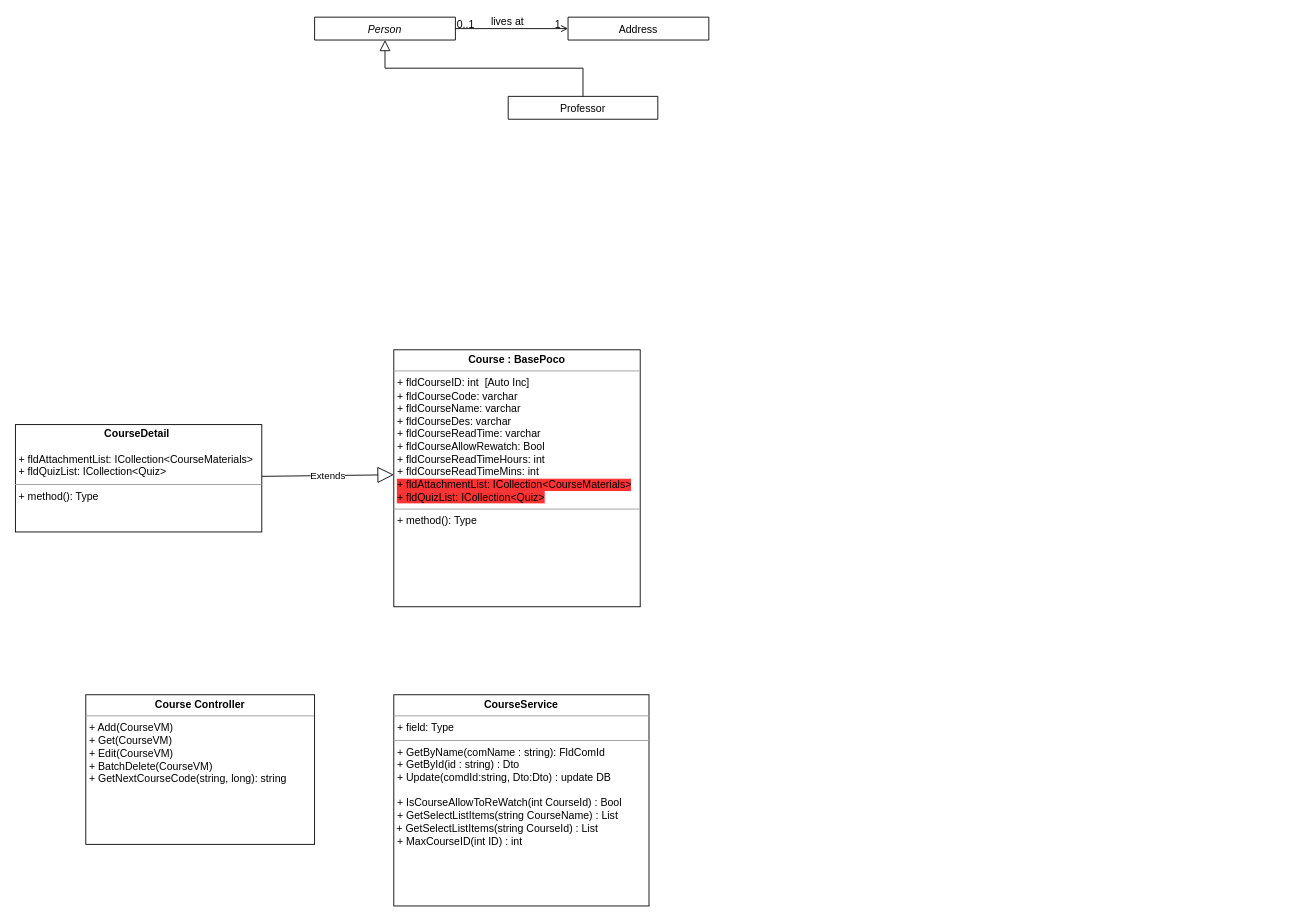
Above: Untitled Diagram.drawio in TechCatJim/TechCatJim (draw.io), before the change. Source tidied: cells renumbered, new cells numbered last; positions are measured from the earlier drawing's top-left corner, leaving out a move shared by most shapes. Both pictures are drawn from the tidied source at 88%, with x=0, y=0 at pixel (15, 17).
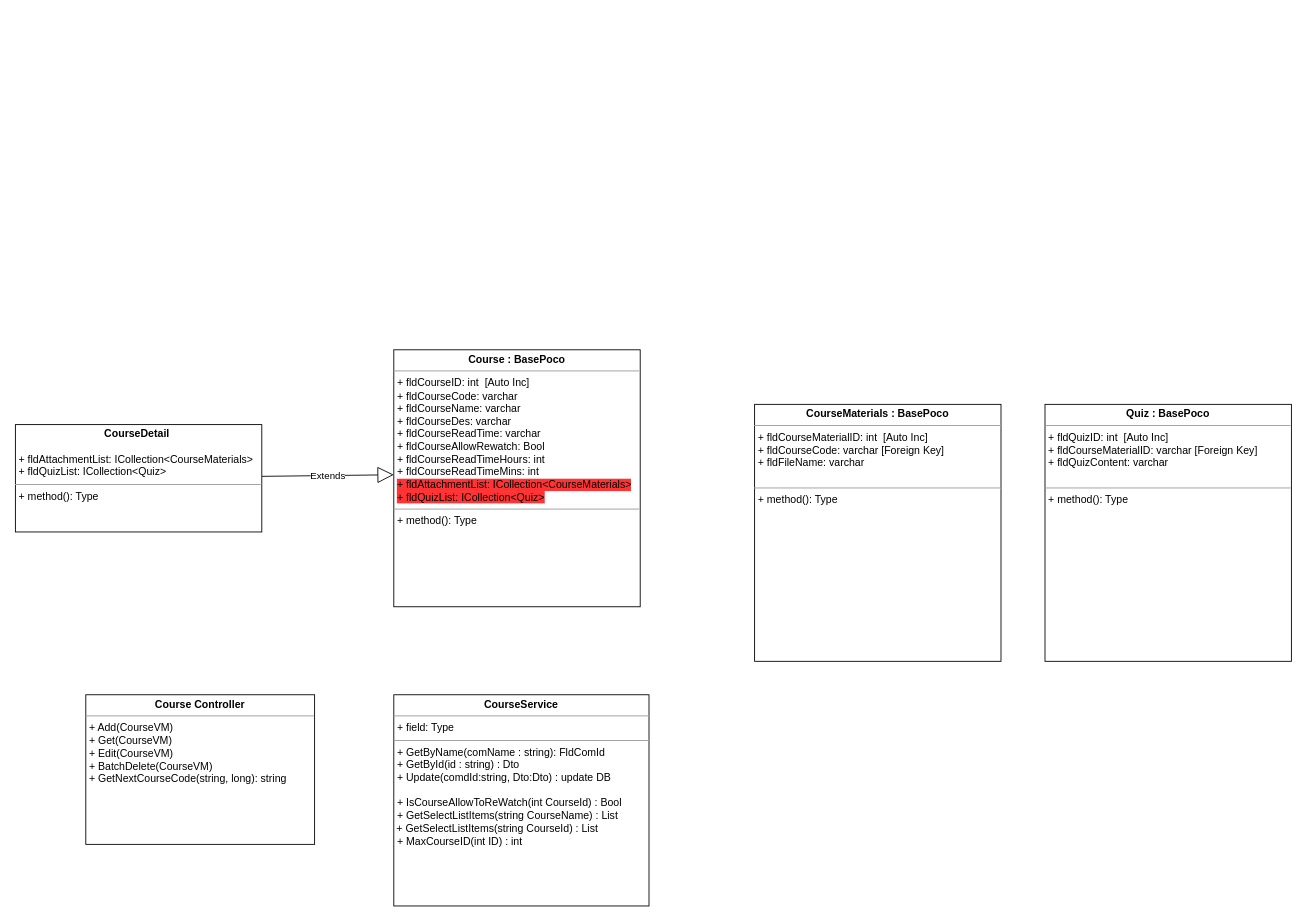
After the change.

Diff of the diagram source:
```diff
@@
 <mxGraphModel>
   <root>
     <mxCell id="0" />
     <mxCell id="1" parent="0" />
-    <mxCell id="2" value="Person" style="swimlane;fontStyle=2;align=center;verticalAlign=top;horizontal=1;startSize=26;rounded=0;shadow=0;strokeWidth=1;" parent="1" vertex="1" collapsed="1">
-      <mxGeometry x="340" width="160" height="26" as="geometry" />
-    </mxCell>
-    <mxCell id="3" value="Professor" style="swimlane;fontStyle=0;align=center;verticalAlign=top;horizontal=1;startSize=26;rounded=0;shadow=0;strokeWidth=1;" parent="1" vertex="1" collapsed="1">
-      <mxGeometry x="560" y="90" width="170" height="26" as="geometry" />
-    </mxCell>
-    <mxCell id="4" style="endArrow=block;endSize=10;endFill=0;shadow=0;strokeWidth=1;rounded=0;edgeStyle=elbowEdgeStyle;elbow=vertical;" parent="1" edge="1" source="3" target="2">
-      <mxGeometry relative="1" as="geometry" />
-    </mxCell>
-    <mxCell id="5" value="Address" style="swimlane;fontStyle=0;align=center;verticalAlign=top;horizontal=1;startSize=26;rounded=0;shadow=0;strokeWidth=1;" parent="1" vertex="1" collapsed="1">
-      <mxGeometry x="628" width="160" height="26" as="geometry" />
-    </mxCell>
-    <mxCell id="6" style="endArrow=open;shadow=0;strokeWidth=1;rounded=0;endFill=1;edgeStyle=elbowEdgeStyle;elbow=vertical;" parent="1" edge="1" source="2" target="5">
-      <mxGeometry x="0.5" y="41" relative="1" as="geometry">
-        <mxPoint x="-40" y="32" as="offset" />
-      </mxGeometry>
-    </mxCell>
-    <mxCell id="7" value="0..1" style="align=left;verticalAlign=bottom;labelBackgroundColor=none;fontSize=12;" parent="6" vertex="1">
-      <mxGeometry x="-1" relative="1" as="geometry">
-        <mxPoint y="4" as="offset" />
-      </mxGeometry>
-    </mxCell>
-    <mxCell id="8" value="1" style="align=right;verticalAlign=bottom;labelBackgroundColor=none;fontSize=12;" parent="6" vertex="1">
-      <mxGeometry x="1" relative="1" as="geometry">
-        <mxPoint x="-7" y="4" as="offset" />
-      </mxGeometry>
-    </mxCell>
-    <mxCell id="9" value="lives at" style="text;html=1;align=center;verticalAlign=middle;labelBackgroundColor=none;rounded=0;shadow=0;strokeWidth=1;fontSize=12;" parent="6" vertex="1">
-      <mxGeometry x="0.5" y="49" relative="1" as="geometry">
-        <mxPoint x="-38" y="40" as="offset" />
-      </mxGeometry>
-    </mxCell>
     <mxCell id="10" value="&lt;p style=&quot;margin:0px;margin-top:4px;text-align:center;&quot;&gt;&lt;b&gt;Course : BasePoco&lt;/b&gt;&lt;/p&gt;&lt;hr size=&quot;1&quot;&gt;&lt;p style=&quot;margin:0px;margin-left:4px;&quot;&gt;+&lt;span style=&quot;background-color: rgb(255, 255, 255);&quot;&gt;&amp;nbsp;&lt;/span&gt;fldCourseID: int&amp;nbsp; [Auto Inc]&lt;/p&gt;&lt;p style=&quot;margin:0px;margin-left:4px;&quot;&gt;+ fldCourseCode: varchar&amp;nbsp; &amp;nbsp;&lt;/p&gt;&lt;p style=&quot;margin:0px;margin-left:4px;&quot;&gt;+ fldCourseName: varchar&lt;/p&gt;&lt;p style=&quot;margin:0px;margin-left:4px;&quot;&gt;+ fldCourseDes: varchar&lt;/p&gt;&lt;p style=&quot;margin:0px;margin-left:4px;&quot;&gt;+ fldCourseReadTime: varchar&lt;/p&gt;&lt;p style=&quot;margin:0px;margin-left:4px;&quot;&gt;+ fldCourseAllowRewatch: Bool&lt;/p&gt;&lt;p style=&quot;margin:0px;margin-left:4px;&quot;&gt;+ fldCourseReadTimeHours: int&lt;/p&gt;&lt;p style=&quot;margin:0px;margin-left:4px;&quot;&gt;+ fldCourseReadTimeMins: int&lt;br&gt;&lt;/p&gt;&lt;p style=&quot;margin:0px;margin-left:4px;&quot;&gt;&lt;span style=&quot;background-color: rgb(255, 51, 51);&quot;&gt;+ fldAttachmentList: ICollection&amp;lt;CourseMaterials&amp;gt;&lt;/span&gt;&lt;/p&gt;&lt;p style=&quot;margin:0px;margin-left:4px;&quot;&gt;&lt;span style=&quot;background-color: rgb(255, 51, 51);&quot;&gt;+ fldQuizList: ICollection&amp;lt;Quiz&amp;gt;&lt;/span&gt;&lt;/p&gt;&lt;hr size=&quot;1&quot;&gt;&lt;p style=&quot;margin:0px;margin-left:4px;&quot;&gt;+ method(): Type&lt;/p&gt;" style="verticalAlign=top;align=left;overflow=fill;fontSize=12;fontFamily=Helvetica;html=1;whiteSpace=wrap;" parent="1" vertex="1">
       <mxGeometry x="430" y="378" width="280" height="292" as="geometry" />
     </mxCell>
     <mxCell id="11" style="edgeStyle=orthogonalEdgeStyle;rounded=0;orthogonalLoop=1;jettySize=auto;html=1;exitX=0.5;exitY=1;exitDx=0;exitDy=0;" parent="1" edge="1" source="10" target="10">
       <mxGeometry relative="1" as="geometry" />
     </mxCell>
     <mxCell id="12" value="&lt;p style=&quot;margin:0px;margin-top:4px;text-align:center;&quot;&gt;&lt;b&gt;CourseService&lt;/b&gt;&lt;/p&gt;&lt;hr size=&quot;1&quot;&gt;&lt;p style=&quot;margin:0px;margin-left:4px;&quot;&gt;+ field: Type&lt;/p&gt;&lt;hr size=&quot;1&quot;&gt;&lt;p style=&quot;margin:0px;margin-left:4px;&quot;&gt;+ GetByName(comName : string): FldComId&lt;/p&gt;&lt;p style=&quot;margin:0px;margin-left:4px;&quot;&gt;+ GetById(id : string) : Dto&lt;/p&gt;&lt;p style=&quot;margin:0px;margin-left:4px;&quot;&gt;+ Update(comdId:string, Dto:Dto) : update DB&lt;/p&gt;&lt;p style=&quot;margin:0px;margin-left:4px;&quot;&gt;&lt;br&gt;&lt;/p&gt;&lt;p style=&quot;margin:0px;margin-left:4px;&quot;&gt;+ IsCourseAllowToReWatch(int CourseId) : Bool&lt;/p&gt;&lt;p style=&quot;margin:0px;margin-left:4px;&quot;&gt;+ GetSelectListItems(string CourseName) : List&lt;/p&gt;&amp;nbsp;+ GetSelectListItems(string CourseId) : List&lt;p style=&quot;margin:0px;margin-left:4px;&quot;&gt;+ MaxCourseID(int ID) : int&lt;/p&gt;&lt;p style=&quot;margin:0px;margin-left:4px;&quot;&gt;&lt;br&gt;&lt;/p&gt;&lt;p style=&quot;margin:0px;margin-left:4px;&quot;&gt;&lt;br&gt;&lt;/p&gt;" style="verticalAlign=top;align=left;overflow=fill;fontSize=12;fontFamily=Helvetica;html=1;whiteSpace=wrap;" parent="1" vertex="1">
       <mxGeometry x="430" y="770" width="290" height="240" as="geometry" />
     </mxCell>
     <mxCell id="13" value="&lt;p style=&quot;margin:0px;margin-top:4px;text-align:center;&quot;&gt;&lt;b&gt;Course Controller&lt;/b&gt;&lt;/p&gt;&lt;hr size=&quot;1&quot;&gt;&lt;p style=&quot;margin:0px;margin-left:4px;&quot;&gt;+ Add(CourseVM)&lt;/p&gt;&lt;p style=&quot;margin:0px;margin-left:4px;&quot;&gt;+ Get(CourseVM)&lt;/p&gt;&lt;p style=&quot;margin:0px;margin-left:4px;&quot;&gt;+ Edit(CourseVM)&lt;/p&gt;&lt;p style=&quot;margin:0px;margin-left:4px;&quot;&gt;+ BatchDelete(CourseVM)&lt;/p&gt;&lt;p style=&quot;margin:0px;margin-left:4px;&quot;&gt;+ GetNextCourseCode(string, long): string&lt;/p&gt;" style="verticalAlign=top;align=left;overflow=fill;fontSize=12;fontFamily=Helvetica;html=1;whiteSpace=wrap;" parent="1" vertex="1">
       <mxGeometry x="80" y="770" width="260" height="170" as="geometry" />
     </mxCell>
     <mxCell id="14" value="&lt;p style=&quot;margin:0px;margin-top:4px;text-align:center;&quot;&gt;&lt;b&gt;CourseDetail&amp;nbsp;&lt;/b&gt;&lt;/p&gt;&lt;p style=&quot;margin:0px;margin-left:4px;&quot;&gt;&lt;br&gt;&lt;/p&gt;&lt;p style=&quot;margin:0px;margin-left:4px;&quot;&gt;&lt;span style=&quot;background-color: rgb(255, 255, 255);&quot;&gt;+ fldAttachmentList: ICollection&amp;lt;CourseMaterials&amp;gt;&lt;/span&gt;&lt;/p&gt;&lt;p style=&quot;margin:0px;margin-left:4px;&quot;&gt;&lt;span style=&quot;background-color: rgb(255, 255, 255);&quot;&gt;+ fldQuizList: ICollection&amp;lt;Quiz&amp;gt;&lt;/span&gt;&lt;/p&gt;&lt;hr size=&quot;1&quot;&gt;&lt;p style=&quot;margin:0px;margin-left:4px;&quot;&gt;+ method(): Type&lt;/p&gt;" style="verticalAlign=top;align=left;overflow=fill;fontSize=12;fontFamily=Helvetica;html=1;whiteSpace=wrap;" parent="1" vertex="1">
       <mxGeometry y="463" width="280" height="122" as="geometry" />
     </mxCell>
     <mxCell id="15" value="Extends" style="endArrow=block;endSize=16;endFill=0;html=1;rounded=0;exitX=1.001;exitY=0.482;exitDx=0;exitDy=0;exitPerimeter=0;" parent="1" edge="1" source="14">
       <mxGeometry relative="1" as="geometry">
         <mxPoint x="430" y="520" as="targetPoint" />
       </mxGeometry>
     </mxCell>
+    <mxCell id="16" value="&lt;p style=&quot;margin:0px;margin-top:4px;text-align:center;&quot;&gt;&lt;b&gt;CourseMaterials : BasePoco&lt;/b&gt;&lt;/p&gt;&lt;hr size=&quot;1&quot;&gt;&lt;p style=&quot;margin:0px;margin-left:4px;&quot;&gt;+&lt;span style=&quot;background-color: rgb(255, 255, 255);&quot;&gt;&amp;nbsp;&lt;/span&gt;fldCourseMaterialID: int&amp;nbsp; [Auto Inc]&lt;/p&gt;&lt;p style=&quot;margin:0px;margin-left:4px;&quot;&gt;+ fldCourseCode: varchar [Foreign Key]&amp;nbsp;&lt;/p&gt;&lt;p style=&quot;margin:0px;margin-left:4px;&quot;&gt;+ fldFileName: varchar&lt;/p&gt;&lt;p style=&quot;margin:0px;margin-left:4px;&quot;&gt;&lt;br&gt;&lt;/p&gt;&lt;hr size=&quot;1&quot;&gt;&lt;p style=&quot;margin:0px;margin-left:4px;&quot;&gt;+ method(): Type&lt;/p&gt;" style="verticalAlign=top;align=left;overflow=fill;fontSize=12;fontFamily=Helvetica;html=1;whiteSpace=wrap;" parent="1" vertex="1">
+      <mxGeometry x="840" y="440" width="280" height="292" as="geometry" />
+    </mxCell>
+    <mxCell id="17" value="&lt;p style=&quot;margin:0px;margin-top:4px;text-align:center;&quot;&gt;&lt;b&gt;Quiz : BasePoco&lt;/b&gt;&lt;/p&gt;&lt;hr size=&quot;1&quot;&gt;&lt;p style=&quot;margin:0px;margin-left:4px;&quot;&gt;+&lt;span style=&quot;background-color: rgb(255, 255, 255);&quot;&gt;&amp;nbsp;&lt;/span&gt;fldQuizID: int&amp;nbsp; [Auto Inc]&lt;/p&gt;&lt;p style=&quot;margin:0px;margin-left:4px;&quot;&gt;+ fldCourseMaterialID: varchar [Foreign Key]&amp;nbsp;&lt;/p&gt;&lt;p style=&quot;margin:0px;margin-left:4px;&quot;&gt;+ fldQuizContent: varchar&lt;/p&gt;&lt;p style=&quot;margin:0px;margin-left:4px;&quot;&gt;&lt;br&gt;&lt;/p&gt;&lt;hr size=&quot;1&quot;&gt;&lt;p style=&quot;margin:0px;margin-left:4px;&quot;&gt;+ method(): Type&lt;/p&gt;" style="verticalAlign=top;align=left;overflow=fill;fontSize=12;fontFamily=Helvetica;html=1;whiteSpace=wrap;" parent="1" vertex="1">
+      <mxGeometry x="1170" y="440" width="280" height="292" as="geometry" />
+    </mxCell>
   </root>
 </mxGraphModel>
```
